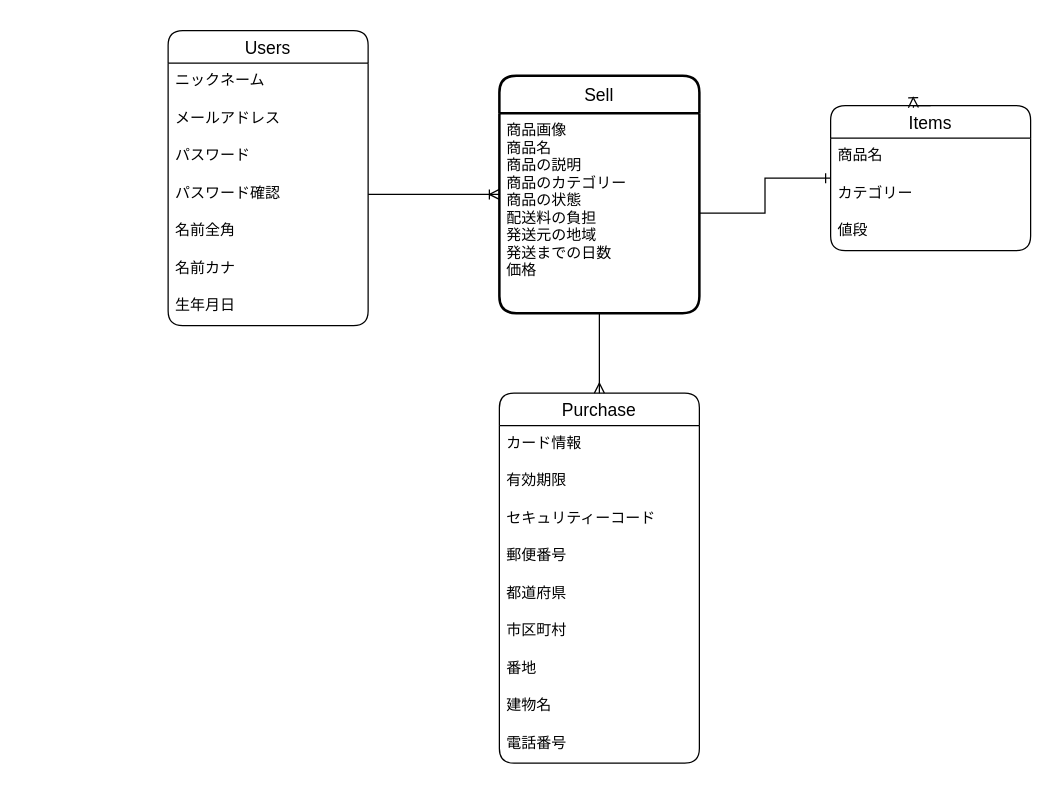
The draw.io diagram .dio in itonaga-takao/furima-34723, before the edit. Source tidied: cells renumbered, new cells numbered last; positions are measured from the earlier drawing's top-left corner, leaving out a move shared by most shapes. Both pictures are drawn from the tidied source at 125%, with x=0, y=0 at pixel (30, 30).
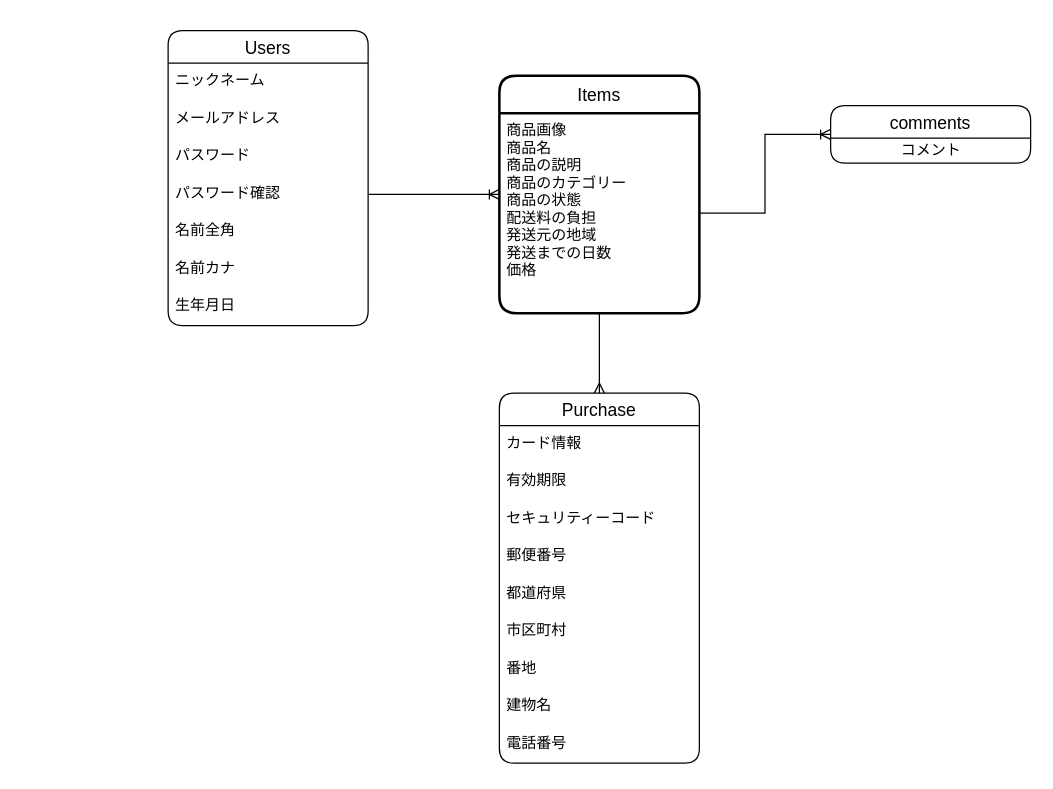
The same diagram, later.

The change refers to these unchanged cells:
```xml
<mxCell id="27" value="商品画像&#10;商品名&#10;商品の説明&#10;商品のカテゴリー&#10;商品の状態&#10;配送料の負担&#10;発送元の地域&#10;発送までの日数&#10;価格&#10;&#10;" style="align=left;strokeColor=none;fillColor=none;spacingLeft=4;fontSize=12;verticalAlign=top;" parent="26" vertex="1">
  <mxGeometry y="30" width="160" height="160" as="geometry" />
</mxCell>
```

Change to the diagram source:
```diff
@@
-    <mxCell id="3" value="Items" style="swimlane;fontStyle=0;horizontal=1;startSize=26;align=center;fontSize=14;rounded=1;" parent="1" vertex="1">
-      <mxGeometry x="640" y="60" width="160" height="116" as="geometry" />
+    <mxCell id="3" value="comments" style="swimlane;fontStyle=0;horizontal=1;startSize=26;align=center;fontSize=14;rounded=1;" parent="1" vertex="1">
+      <mxGeometry x="640" y="60" width="160" height="46" as="geometry" />
     </mxCell>
-    <mxCell id="4" value="商品名&#10;&#10;" style="text;strokeColor=none;fillColor=none;spacingLeft=4;spacingRight=4;overflow=hidden;fontSize=12;rounded=1;" parent="3" vertex="1">
-      <mxGeometry y="26" width="160" height="30" as="geometry" />
-    </mxCell>
-    <mxCell id="5" value="カテゴリー" style="text;strokeColor=none;fillColor=none;spacingLeft=4;spacingRight=4;overflow=hidden;fontSize=12;rounded=1;" parent="3" vertex="1">
-      <mxGeometry y="56" width="160" height="30" as="geometry" />
-    </mxCell>
-    <mxCell id="6" value="値段" style="text;strokeColor=none;fillColor=none;spacingLeft=4;spacingRight=4;overflow=hidden;fontSize=12;rounded=1;" parent="3" vertex="1">
-      <mxGeometry y="86" width="160" height="30" as="geometry" />
-    </mxCell>
+    <mxCell id="32" value="コメント" style="text;html=1;align=center;verticalAlign=middle;" parent="3" vertex="1">
+      <mxGeometry y="26" width="160" height="20" as="geometry" />
+    </mxCell>
@@
-    <mxCell id="26" value="Sell" style="swimlane;horizontal=1;startSize=30;rounded=1;fontSize=14;fontStyle=0;strokeWidth=2;shadow=0;dashed=0;align=center;" parent="1" vertex="1">
+    <mxCell id="26" value="Items" style="swimlane;horizontal=1;startSize=30;rounded=1;fontSize=14;fontStyle=0;strokeWidth=2;shadow=0;dashed=0;align=center;" parent="1" vertex="1">
       <mxGeometry x="375" y="36" width="160" height="190" as="geometry" />
     </mxCell>
@@
-    <mxCell id="28" style="edgeStyle=orthogonalEdgeStyle;rounded=0;orthogonalLoop=1;jettySize=auto;html=1;exitX=0.5;exitY=0;exitDx=0;exitDy=0;entryX=0.414;entryY=0.014;entryDx=0;entryDy=0;entryPerimeter=0;endArrow=ERoneToMany;endFill=0;" parent="1" edge="1" source="3" target="3">
-      <mxGeometry relative="1" as="geometry" />
-    </mxCell>
@@
-    <mxCell id="30" style="edgeStyle=orthogonalEdgeStyle;rounded=0;jettySize=auto;html=1;exitX=1;exitY=0.5;exitDx=0;exitDy=0;entryX=0;entryY=0.5;entryDx=0;entryDy=0;endArrow=ERone;endFill=0;" parent="1" edge="1" source="27" target="3">
+    <mxCell id="30" style="edgeStyle=orthogonalEdgeStyle;rounded=0;jettySize=auto;html=1;exitX=1;exitY=0.5;exitDx=0;exitDy=0;entryX=0;entryY=0.5;entryDx=0;entryDy=0;endArrow=ERoneToMany;endFill=0;" parent="1" edge="1" source="27" target="3">
       <mxGeometry relative="1" as="geometry" />
     </mxCell>
```
